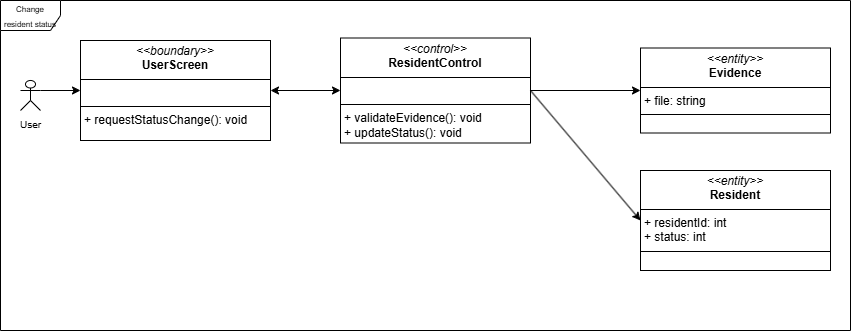
Before: Class-diagram/Boundary–Control–EntityDiagram/PayFee.png, a diagram exported from draw.io (HuyEuler/Apartment-management-system). Source tidied: cells renumbered, new cells last; positions are measured from the earlier drawing's top-left corner, leaving out a move shared by most shapes. Its diagram source:
```xml
<mxGraphModel background="#ffffff">
  <root>
    <mxCell id="0" />
    <mxCell id="1" parent="0" />
    <mxCell id="2" value="&lt;font style=&quot;font-size: 8px;&quot;&gt;Change resident status&lt;/font&gt;" style="shape=umlFrame;whiteSpace=wrap;html=1;" parent="1" vertex="1">
      <mxGeometry width="850" height="330" as="geometry" />
    </mxCell>
    <mxCell id="3" value="&lt;font style=&quot;font-size: 10px;&quot;&gt;User&lt;/font&gt;" style="shape=umlActor;verticalLabelPosition=bottom;verticalAlign=top;html=1;outlineConnect=0;" parent="1" vertex="1">
      <mxGeometry x="20" y="80" width="20" height="30" as="geometry" />
    </mxCell>
    <mxCell id="4" value="&lt;p style=&quot;margin:0px;margin-top:4px;text-align:center;&quot;&gt;&lt;i&gt;&amp;lt;&amp;lt;boundary&amp;gt;&amp;gt;&lt;/i&gt;&lt;br&gt;&lt;b&gt;UserScreen&lt;/b&gt;&lt;/p&gt;&lt;hr size=&quot;1&quot; style=&quot;border-style:solid;&quot;&gt;&lt;p style=&quot;margin:0px;margin-left:4px;&quot;&gt;&lt;br&gt;&lt;/p&gt;&lt;hr size=&quot;1&quot; style=&quot;border-style:solid;&quot;&gt;&lt;p style=&quot;margin:0px;margin-left:4px;&quot;&gt;+ requestStatusChange(): void&lt;/p&gt;" style="verticalAlign=top;align=left;overflow=fill;html=1;whiteSpace=wrap;" parent="1" vertex="1">
      <mxGeometry x="80" y="40" width="190" height="100" as="geometry" />
    </mxCell>
    <mxCell id="5" value="&lt;p style=&quot;margin:0px;margin-top:4px;text-align:center;&quot;&gt;&lt;i&gt;&amp;lt;&amp;lt;control&amp;gt;&amp;gt;&lt;/i&gt;&lt;br&gt;&lt;b&gt;ResidentControl&lt;/b&gt;&lt;/p&gt;&lt;hr size=&quot;1&quot; style=&quot;border-style:solid;&quot;&gt;&lt;p style=&quot;margin:0px;margin-left:4px;&quot;&gt;&lt;br&gt;&lt;/p&gt;&lt;hr size=&quot;1&quot; style=&quot;border-style:solid;&quot;&gt;&lt;p style=&quot;margin:0px;margin-left:4px;&quot;&gt;+ &lt;span style=&quot;background-color: transparent; color: light-dark(rgb(0, 0, 0), rgb(255, 255, 255));&quot;&gt;validateEvidence(): void +&amp;nbsp;&lt;/span&gt;&lt;span style=&quot;background-color: transparent; color: light-dark(rgb(0, 0, 0), rgb(255, 255, 255));&quot;&gt;updateStatus(): void&lt;/span&gt;&lt;/p&gt;" style="verticalAlign=top;align=left;overflow=fill;html=1;whiteSpace=wrap;" parent="1" vertex="1">
      <mxGeometry x="340" y="37.5" width="190" height="105" as="geometry" />
    </mxCell>
    <mxCell id="6" value="&lt;p style=&quot;margin:0px;margin-top:4px;text-align:center;&quot;&gt;&lt;i&gt;&amp;lt;&amp;lt;entity&amp;gt;&amp;gt;&lt;/i&gt;&lt;br&gt;&lt;b&gt;Evidence&lt;/b&gt;&lt;/p&gt;&lt;hr size=&quot;1&quot; style=&quot;border-style:solid;&quot;&gt;&lt;p style=&quot;margin:0px;margin-left:4px;&quot;&gt;+&amp;nbsp;file: string&lt;/p&gt;&lt;hr size=&quot;1&quot; style=&quot;border-style:solid;&quot;&gt;&lt;p style=&quot;margin:0px;margin-left:4px;&quot;&gt;&lt;br&gt;&lt;/p&gt;" style="verticalAlign=top;align=left;overflow=fill;html=1;whiteSpace=wrap;" parent="1" vertex="1">
      <mxGeometry x="640" y="47.5" width="190" height="85" as="geometry" />
    </mxCell>
    <mxCell id="7" value="&lt;p style=&quot;margin:0px;margin-top:4px;text-align:center;&quot;&gt;&lt;i&gt;&amp;lt;&amp;lt;entity&amp;gt;&amp;gt;&lt;/i&gt;&lt;br&gt;&lt;b&gt;Resident&lt;/b&gt;&lt;/p&gt;&lt;hr size=&quot;1&quot; style=&quot;border-style:solid;&quot;&gt;&lt;p style=&quot;margin: 0px 0px 0px 4px;&quot;&gt;&lt;span style=&quot;background-color: transparent; color: light-dark(rgb(0, 0, 0), rgb(255, 255, 255));&quot;&gt;+ residentId: int&lt;/span&gt;&lt;/p&gt;&lt;p style=&quot;margin: 0px 0px 0px 4px;&quot;&gt;&lt;span style=&quot;background-color: transparent; color: light-dark(rgb(0, 0, 0), rgb(255, 255, 255));&quot;&gt;+ status: int&lt;/span&gt;&lt;/p&gt;&lt;hr size=&quot;1&quot; style=&quot;border-style:solid;&quot;&gt;&lt;p style=&quot;margin:0px;margin-left:4px;&quot;&gt;&lt;br&gt;&lt;/p&gt;" style="verticalAlign=top;align=left;overflow=fill;html=1;whiteSpace=wrap;" parent="1" vertex="1">
      <mxGeometry x="640" y="170" width="190" height="100" as="geometry" />
    </mxCell>
    <mxCell id="8" style="endArrow=classic;html=1;rounded=0;exitX=1;exitY=0.3333333333333333;exitDx=0;exitDy=0;exitPerimeter=0;entryX=0;entryY=0.5;entryDx=0;entryDy=0;" parent="1" edge="1" source="3" target="4">
      <mxGeometry relative="1" as="geometry" />
    </mxCell>
    <mxCell id="9" style="endArrow=classic;startArrow=classic;html=1;rounded=0;entryX=0;entryY=0.5;entryDx=0;entryDy=0;" parent="1" edge="1" source="4" target="5">
      <mxGeometry relative="1" as="geometry" />
    </mxCell>
    <mxCell id="10" style="endArrow=classic;html=1;rounded=0;exitX=1;exitY=0.5;exitDx=0;exitDy=0;entryX=0;entryY=0.5;entryDx=0;entryDy=0;" parent="1" edge="1" source="5" target="7">
      <mxGeometry relative="1" as="geometry" />
    </mxCell>
    <mxCell id="11" style="endArrow=classic;html=1;rounded=0;exitX=1;exitY=0.5;exitDx=0;exitDy=0;" parent="1" edge="1" source="5" target="6">
      <mxGeometry relative="1" as="geometry" />
    </mxCell>
  </root>
</mxGraphModel>
```
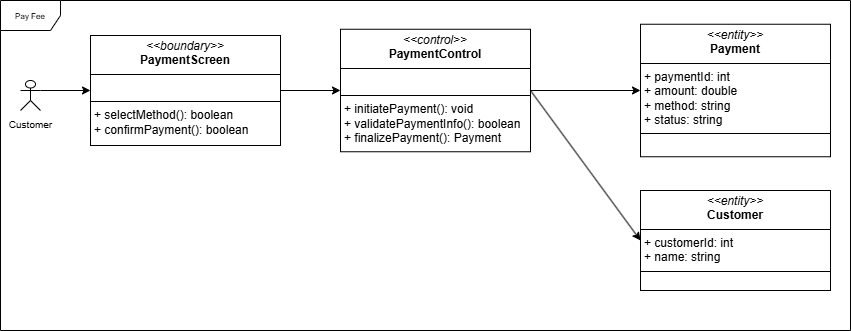
The same diagram one commit later.

Commit message:
add pay fee BCE

Change to the diagram source:
```diff
@@ -2,35 +2,35 @@
   <root>
     <mxCell id="0" />
     <mxCell id="1" parent="0" />
-    <mxCell id="2" value="&lt;font style=&quot;font-size: 8px;&quot;&gt;Change resident status&lt;/font&gt;" style="shape=umlFrame;whiteSpace=wrap;html=1;" parent="1" vertex="1">
+    <mxCell id="2" value="&lt;font style=&quot;font-size: 8px;&quot;&gt;Pay Fee&lt;/font&gt;" style="shape=umlFrame;whiteSpace=wrap;html=1;" parent="1" vertex="1">
       <mxGeometry width="850" height="330" as="geometry" />
     </mxCell>
-    <mxCell id="3" value="&lt;font style=&quot;font-size: 10px;&quot;&gt;User&lt;/font&gt;" style="shape=umlActor;verticalLabelPosition=bottom;verticalAlign=top;html=1;outlineConnect=0;" parent="1" vertex="1">
+    <mxCell id="3" value="&lt;font style=&quot;font-size: 10px;&quot;&gt;Customer&lt;/font&gt;" style="shape=umlActor;verticalLabelPosition=bottom;verticalAlign=top;html=1;outlineConnect=0;" parent="1" vertex="1">
       <mxGeometry x="20" y="80" width="20" height="30" as="geometry" />
     </mxCell>
-    <mxCell id="4" value="&lt;p style=&quot;margin:0px;margin-top:4px;text-align:center;&quot;&gt;&lt;i&gt;&amp;lt;&amp;lt;boundary&amp;gt;&amp;gt;&lt;/i&gt;&lt;br&gt;&lt;b&gt;UserScreen&lt;/b&gt;&lt;/p&gt;&lt;hr size=&quot;1&quot; style=&quot;border-style:solid;&quot;&gt;&lt;p style=&quot;margin:0px;margin-left:4px;&quot;&gt;&lt;br&gt;&lt;/p&gt;&lt;hr size=&quot;1&quot; style=&quot;border-style:solid;&quot;&gt;&lt;p style=&quot;margin:0px;margin-left:4px;&quot;&gt;+ requestStatusChange(): void&lt;/p&gt;" style="verticalAlign=top;align=left;overflow=fill;html=1;whiteSpace=wrap;" parent="1" vertex="1">
-      <mxGeometry x="80" y="40" width="190" height="100" as="geometry" />
+    <mxCell id="4" value="&lt;p style=&quot;margin:0px;margin-top:4px;text-align:center;&quot;&gt;&lt;i&gt;&amp;lt;&amp;lt;boundary&amp;gt;&amp;gt;&lt;/i&gt;&lt;br&gt;&lt;b&gt;PaymentScreen&lt;/b&gt;&lt;/p&gt;&lt;hr size=&quot;1&quot; style=&quot;border-style:solid;&quot;&gt;&lt;p style=&quot;margin:0px;margin-left:4px;&quot;&gt;&lt;br&gt;&lt;/p&gt;&lt;hr size=&quot;1&quot; style=&quot;border-style:solid;&quot;&gt;&lt;p style=&quot;margin:0px;margin-left:4px;&quot;&gt;+ selectMethod(): boolean&lt;/p&gt;&lt;p style=&quot;margin:0px;margin-left:4px;&quot;&gt;+ confirmPayment(): boolean&lt;/p&gt;" style="verticalAlign=top;align=left;overflow=fill;html=1;whiteSpace=wrap;" parent="1" vertex="1">
+      <mxGeometry x="90" y="35" width="190" height="110" as="geometry" />
     </mxCell>
-    <mxCell id="5" value="&lt;p style=&quot;margin:0px;margin-top:4px;text-align:center;&quot;&gt;&lt;i&gt;&amp;lt;&amp;lt;control&amp;gt;&amp;gt;&lt;/i&gt;&lt;br&gt;&lt;b&gt;ResidentControl&lt;/b&gt;&lt;/p&gt;&lt;hr size=&quot;1&quot; style=&quot;border-style:solid;&quot;&gt;&lt;p style=&quot;margin:0px;margin-left:4px;&quot;&gt;&lt;br&gt;&lt;/p&gt;&lt;hr size=&quot;1&quot; style=&quot;border-style:solid;&quot;&gt;&lt;p style=&quot;margin:0px;margin-left:4px;&quot;&gt;+ &lt;span style=&quot;background-color: transparent; color: light-dark(rgb(0, 0, 0), rgb(255, 255, 255));&quot;&gt;validateEvidence(): void +&amp;nbsp;&lt;/span&gt;&lt;span style=&quot;background-color: transparent; color: light-dark(rgb(0, 0, 0), rgb(255, 255, 255));&quot;&gt;updateStatus(): void&lt;/span&gt;&lt;/p&gt;" style="verticalAlign=top;align=left;overflow=fill;html=1;whiteSpace=wrap;" parent="1" vertex="1">
-      <mxGeometry x="340" y="37.5" width="190" height="105" as="geometry" />
+    <mxCell id="5" value="&lt;p style=&quot;margin:0px;margin-top:4px;text-align:center;&quot;&gt;&lt;i&gt;&amp;lt;&amp;lt;control&amp;gt;&amp;gt;&lt;/i&gt;&lt;br&gt;&lt;b&gt;PaymentControl&lt;/b&gt;&lt;/p&gt;&lt;hr size=&quot;1&quot; style=&quot;border-style:solid;&quot;&gt;&lt;p style=&quot;margin:0px;margin-left:4px;&quot;&gt;&lt;br&gt;&lt;/p&gt;&lt;hr size=&quot;1&quot; style=&quot;border-style:solid;&quot;&gt;&lt;p style=&quot;margin:0px;margin-left:4px;&quot;&gt;+ initiatePayment(): void&lt;/p&gt;&lt;p style=&quot;margin:0px;margin-left:4px;&quot;&gt;+ validatePaymentInfo(): boolean&lt;/p&gt;&lt;p style=&quot;margin:0px;margin-left:4px;&quot;&gt;+ finalizePayment(): Payment&lt;/p&gt;" style="verticalAlign=top;align=left;overflow=fill;html=1;whiteSpace=wrap;" parent="1" vertex="1">
+      <mxGeometry x="340" y="28.8" width="190" height="122.5" as="geometry" />
     </mxCell>
-    <mxCell id="6" value="&lt;p style=&quot;margin:0px;margin-top:4px;text-align:center;&quot;&gt;&lt;i&gt;&amp;lt;&amp;lt;entity&amp;gt;&amp;gt;&lt;/i&gt;&lt;br&gt;&lt;b&gt;Evidence&lt;/b&gt;&lt;/p&gt;&lt;hr size=&quot;1&quot; style=&quot;border-style:solid;&quot;&gt;&lt;p style=&quot;margin:0px;margin-left:4px;&quot;&gt;+&amp;nbsp;file: string&lt;/p&gt;&lt;hr size=&quot;1&quot; style=&quot;border-style:solid;&quot;&gt;&lt;p style=&quot;margin:0px;margin-left:4px;&quot;&gt;&lt;br&gt;&lt;/p&gt;" style="verticalAlign=top;align=left;overflow=fill;html=1;whiteSpace=wrap;" parent="1" vertex="1">
-      <mxGeometry x="640" y="47.5" width="190" height="85" as="geometry" />
+    <mxCell id="6" value="&lt;p style=&quot;margin:0px;margin-top:4px;text-align:center;&quot;&gt;&lt;i&gt;&amp;lt;&amp;lt;entity&amp;gt;&amp;gt;&lt;/i&gt;&lt;br&gt;&lt;span style=&quot;background-color: transparent; color: light-dark(rgb(0, 0, 0), rgb(255, 255, 255)); text-align: left;&quot;&gt;&lt;b&gt;Payment&lt;/b&gt;&lt;/span&gt;&lt;/p&gt;&lt;hr size=&quot;1&quot; style=&quot;border-style:solid;&quot;&gt;&lt;p style=&quot;margin:0px;margin-left:4px;&quot;&gt;+&amp;nbsp;paymentId: int&lt;br&gt;+&amp;nbsp;amount: double&lt;br&gt;+&amp;nbsp;method: string&lt;br&gt;+&amp;nbsp;status: string&lt;/p&gt;&lt;hr size=&quot;1&quot; style=&quot;border-style:solid;&quot;&gt;&lt;p style=&quot;margin:0px;margin-left:4px;&quot;&gt;&lt;br&gt;&lt;/p&gt;" style="verticalAlign=top;align=left;overflow=fill;html=1;whiteSpace=wrap;" parent="1" vertex="1">
+      <mxGeometry x="640" y="23.8" width="190" height="132.5" as="geometry" />
     </mxCell>
-    <mxCell id="7" value="&lt;p style=&quot;margin:0px;margin-top:4px;text-align:center;&quot;&gt;&lt;i&gt;&amp;lt;&amp;lt;entity&amp;gt;&amp;gt;&lt;/i&gt;&lt;br&gt;&lt;b&gt;Resident&lt;/b&gt;&lt;/p&gt;&lt;hr size=&quot;1&quot; style=&quot;border-style:solid;&quot;&gt;&lt;p style=&quot;margin: 0px 0px 0px 4px;&quot;&gt;&lt;span style=&quot;background-color: transparent; color: light-dark(rgb(0, 0, 0), rgb(255, 255, 255));&quot;&gt;+ residentId: int&lt;/span&gt;&lt;/p&gt;&lt;p style=&quot;margin: 0px 0px 0px 4px;&quot;&gt;&lt;span style=&quot;background-color: transparent; color: light-dark(rgb(0, 0, 0), rgb(255, 255, 255));&quot;&gt;+ status: int&lt;/span&gt;&lt;/p&gt;&lt;hr size=&quot;1&quot; style=&quot;border-style:solid;&quot;&gt;&lt;p style=&quot;margin:0px;margin-left:4px;&quot;&gt;&lt;br&gt;&lt;/p&gt;" style="verticalAlign=top;align=left;overflow=fill;html=1;whiteSpace=wrap;" parent="1" vertex="1">
-      <mxGeometry x="640" y="170" width="190" height="100" as="geometry" />
+    <mxCell id="7" value="&lt;p style=&quot;margin:0px;margin-top:4px;text-align:center;&quot;&gt;&lt;i&gt;&amp;lt;&amp;lt;entity&amp;gt;&amp;gt;&lt;/i&gt;&lt;br&gt;&lt;b&gt;Customer&lt;/b&gt;&lt;/p&gt;&lt;hr size=&quot;1&quot; style=&quot;border-style:solid;&quot;&gt;&lt;p style=&quot;margin: 0px 0px 0px 4px;&quot;&gt;&lt;span style=&quot;background-color: transparent; color: light-dark(rgb(0, 0, 0), rgb(255, 255, 255));&quot;&gt;+&amp;nbsp;&lt;/span&gt;&lt;span style=&quot;background-color: transparent; color: light-dark(rgb(0, 0, 0), rgb(255, 255, 255));&quot;&gt;customerId: int&lt;/span&gt;&lt;/p&gt;&lt;p style=&quot;margin: 0px 0px 0px 4px;&quot;&gt;&lt;span style=&quot;background-color: transparent; color: light-dark(rgb(0, 0, 0), rgb(255, 255, 255));&quot;&gt;+&amp;nbsp;&lt;/span&gt;&lt;span style=&quot;background-color: transparent; color: light-dark(rgb(0, 0, 0), rgb(255, 255, 255));&quot;&gt;name: string&lt;/span&gt;&lt;/p&gt;&lt;hr size=&quot;1&quot; style=&quot;border-style:solid;&quot;&gt;&lt;p style=&quot;margin:0px;margin-left:4px;&quot;&gt;&lt;br&gt;&lt;/p&gt;" style="verticalAlign=top;align=left;overflow=fill;html=1;whiteSpace=wrap;" parent="1" vertex="1">
+      <mxGeometry x="640" y="190" width="190" height="100" as="geometry" />
     </mxCell>
     <mxCell id="8" style="endArrow=classic;html=1;rounded=0;exitX=1;exitY=0.3333333333333333;exitDx=0;exitDy=0;exitPerimeter=0;entryX=0;entryY=0.5;entryDx=0;entryDy=0;" parent="1" edge="1" source="3" target="4">
       <mxGeometry relative="1" as="geometry" />
     </mxCell>
-    <mxCell id="9" style="endArrow=classic;startArrow=classic;html=1;rounded=0;entryX=0;entryY=0.5;entryDx=0;entryDy=0;" parent="1" edge="1" source="4" target="5">
-      <mxGeometry relative="1" as="geometry" />
-    </mxCell>
     <mxCell id="10" style="endArrow=classic;html=1;rounded=0;exitX=1;exitY=0.5;exitDx=0;exitDy=0;entryX=0;entryY=0.5;entryDx=0;entryDy=0;" parent="1" edge="1" source="5" target="7">
       <mxGeometry relative="1" as="geometry" />
     </mxCell>
     <mxCell id="11" style="endArrow=classic;html=1;rounded=0;exitX=1;exitY=0.5;exitDx=0;exitDy=0;" parent="1" edge="1" source="5" target="6">
       <mxGeometry relative="1" as="geometry" />
     </mxCell>
+    <mxCell id="9" style="endArrow=classic;html=1;rounded=0;exitX=1;exitY=0.5;exitDx=0;exitDy=0;entryX=0;entryY=0.5;entryDx=0;entryDy=0;" parent="1" edge="1" source="4" target="5">
+      <mxGeometry relative="1" as="geometry" />
+    </mxCell>
   </root>
 </mxGraphModel>
```
